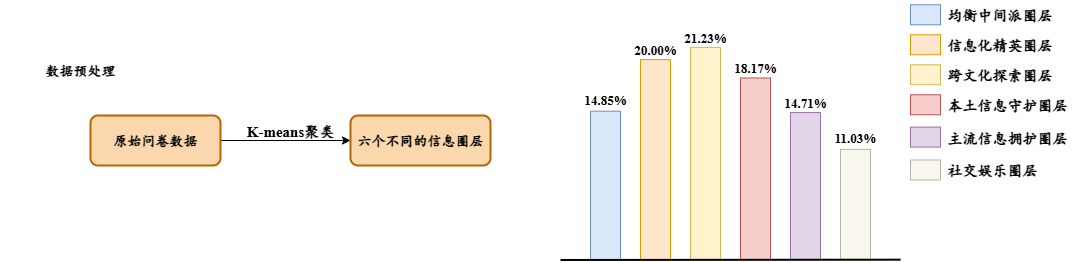
GUMrkai/FairAgent keeps this draw.io diagram as data_process.drawio.png. Above is the earlier version. Source tidied: cells renumbered, new cells last; positions are measured from the earlier drawing's top-left corner, leaving out a move shared by most shapes.
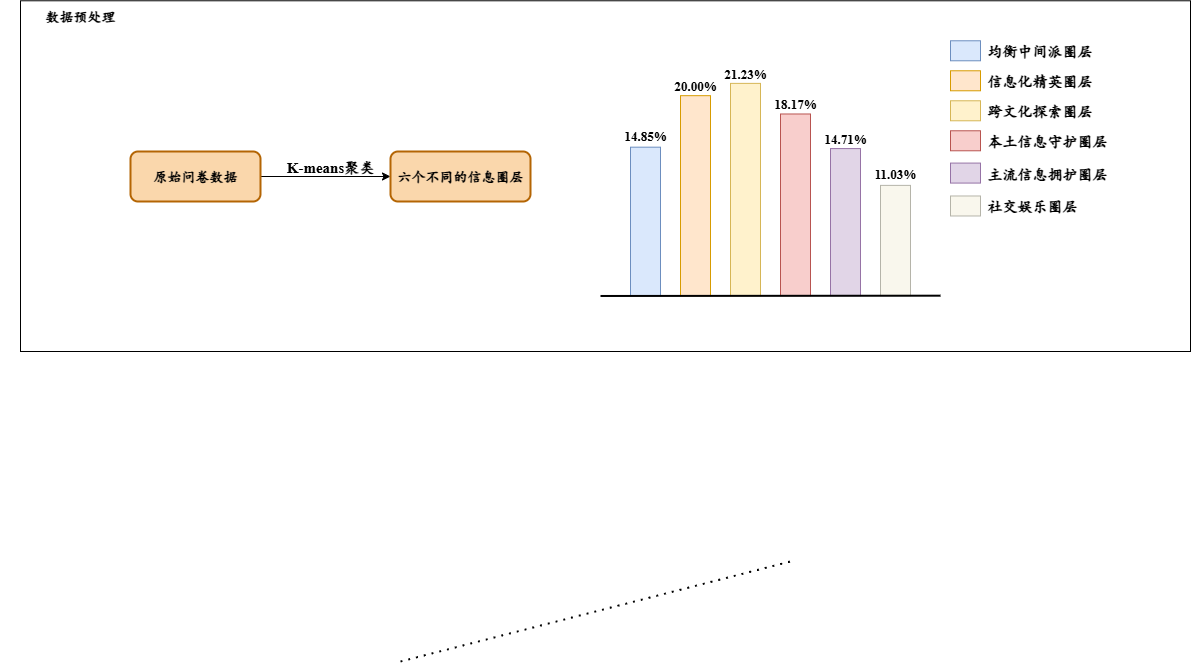
The same diagram one commit later.

Change to the diagram source:
```diff
@@ -2,6 +2,9 @@
   <root>
     <mxCell id="0" />
     <mxCell id="1" parent="0" />
+    <mxCell id="32" style="rounded=0;whiteSpace=wrap;html=1;" parent="1" vertex="1">
+      <mxGeometry x="-20" y="-34.7" width="1170" height="350.7" as="geometry" />
+    </mxCell>
     <mxCell id="2" style="edgeStyle=orthogonalEdgeStyle;rounded=0;jettySize=auto;html=1;exitX=1;exitY=0.5;exitDx=0;exitDy=0;entryX=0;entryY=0.5;entryDx=0;entryDy=0;" parent="1" edge="1" source="3" target="5">
       <mxGeometry relative="1" as="geometry" />
     </mxCell>
@@ -9,7 +12,7 @@
       <mxGeometry x="90" y="116" width="130" height="50" as="geometry" />
     </mxCell>
     <mxCell id="4" value="&lt;span style=&quot;background-color: transparent; color: light-dark(rgb(0, 0, 0), rgb(255, 255, 255));&quot;&gt;数据预处理&lt;/span&gt;" style="text;html=1;align=center;verticalAlign=middle;whiteSpace=wrap;rounded=0;fontFamily=楷体;fontStyle=1;fontSize=14;" parent="1" vertex="1">
-      <mxGeometry y="56" width="160" height="30" as="geometry" />
+      <mxGeometry x="-40" y="-34" width="160" height="30" as="geometry" />
     </mxCell>
     <mxCell id="5" value="六个不同的信息圈层" style="rounded=1;whiteSpace=wrap;html=1;fillColor=#fad7ac;strokeColor=#b46504;labelBackgroundColor=none;strokeWidth=2;fontFamily=楷体;fontSize=14;fontStyle=1;" parent="1" vertex="1">
       <mxGeometry x="350" y="116" width="140" height="50" as="geometry" />
@@ -95,5 +98,11 @@
     <mxCell id="31" value="&lt;font face=&quot;Times New Roman&quot;&gt;11.03%&lt;/font&gt;" style="text;html=1;align=center;verticalAlign=middle;whiteSpace=wrap;rounded=0;fontFamily=楷体;fontStyle=1;fontSize=13;" parent="1" vertex="1">
       <mxGeometry x="830" y="127.6" width="50" height="20" as="geometry" />
     </mxCell>
+    <mxCell id="33" style="endArrow=none;dashed=1;html=1;dashPattern=1 3;strokeWidth=2;rounded=0;" parent="1" edge="1">
+      <mxGeometry relative="1" as="geometry">
+        <mxPoint x="360" y="626" as="sourcePoint" />
+        <mxPoint x="750" y="526" as="targetPoint" />
+      </mxGeometry>
+    </mxCell>
   </root>
 </mxGraphModel>
```
